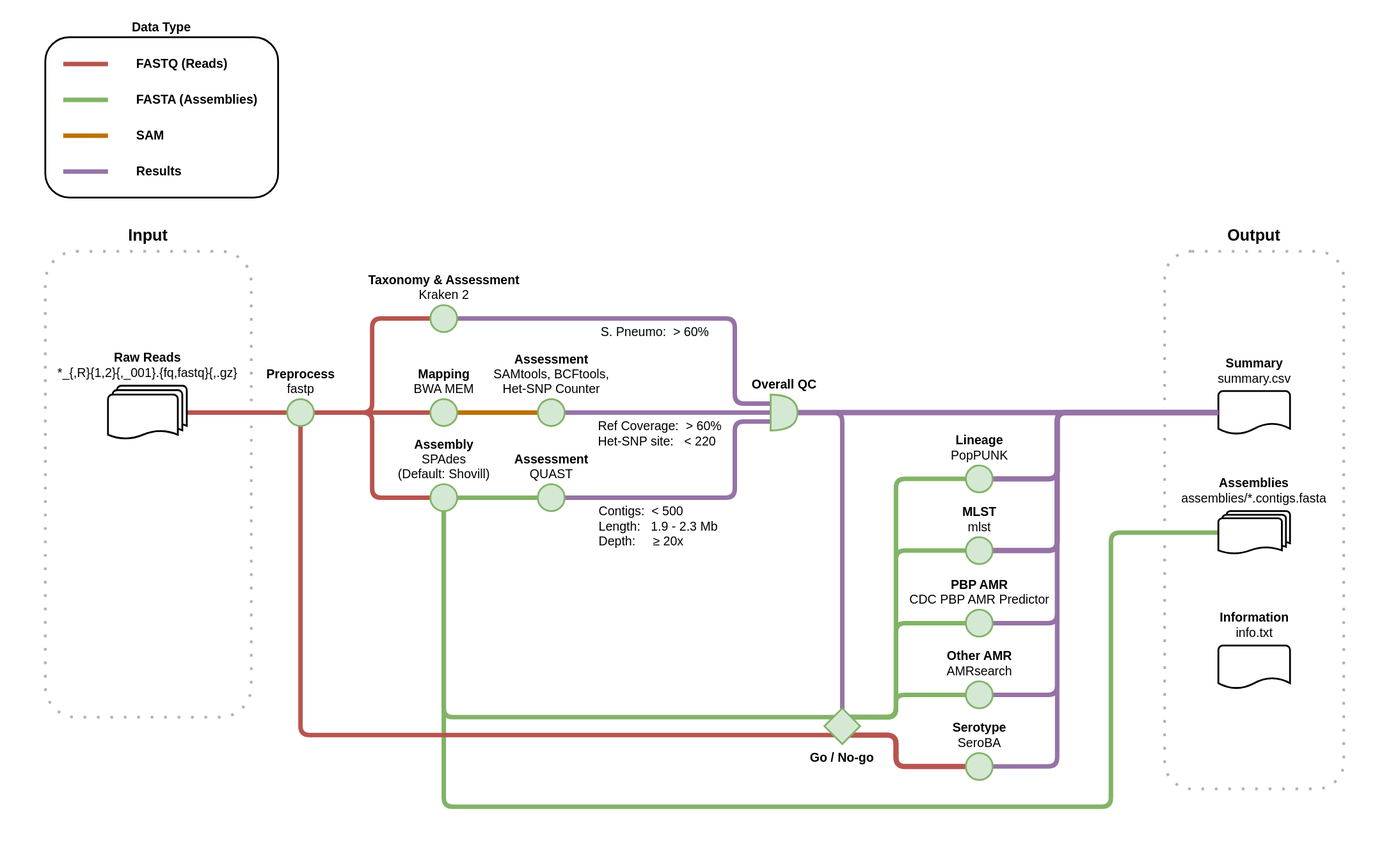
The draw.io diagram doc/workflow.drawio.svg in sanger-bentley-group/gps-pipeline, before a commit. Source tidied: cells renumbered, new cells last; positions are measured from the earlier drawing's top-left corner, leaving out a move shared by most shapes.
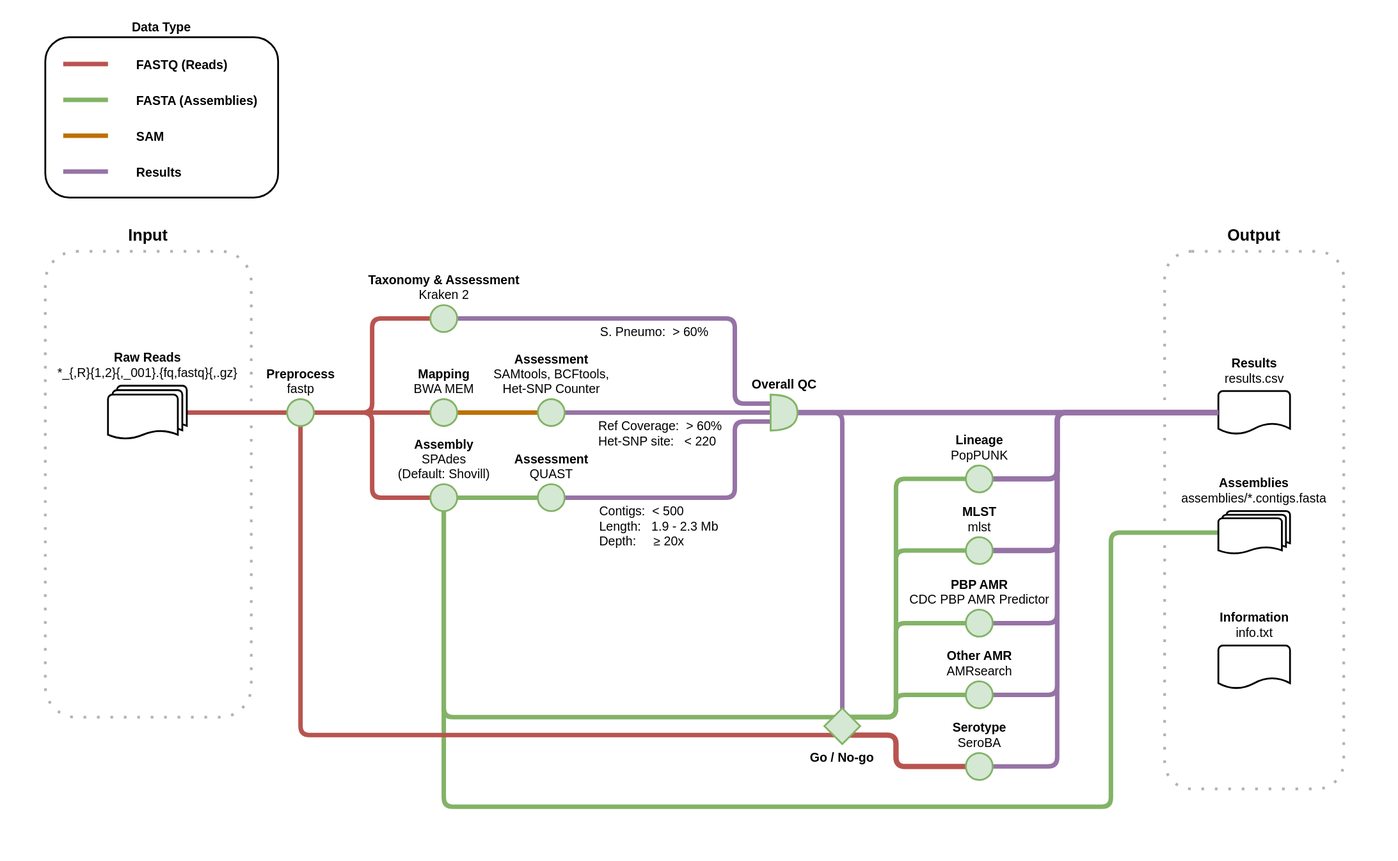
Above is the later version.

Change to the diagram source:
```diff
@@ -203,7 +203,7 @@
         </Array>
       </mxGeometry>
     </mxCell>
-    <mxCell id="39" value="&lt;b style=&quot;font-size: 14px&quot;&gt;Summary&lt;/b&gt;&lt;br style=&quot;font-size: 14px&quot;&gt;summary.csv" style="strokeWidth=2;html=1;shape=mxgraph.flowchart.document2;size=0.25;labelPosition=center;verticalLabelPosition=top;align=center;verticalAlign=bottom;rounded=1;spacing=5;fontSize=14;" parent="1" vertex="1">
+    <mxCell id="39" value="&lt;b style=&quot;font-size: 14px&quot;&gt;Results&lt;/b&gt;&lt;br style=&quot;font-size: 14px&quot;&gt;results.csv" style="strokeWidth=2;html=1;shape=mxgraph.flowchart.document2;size=0.25;labelPosition=center;verticalLabelPosition=top;align=center;verticalAlign=bottom;rounded=1;spacing=5;fontSize=14;" parent="1" vertex="1">
       <mxGeometry x="1360" y="436" width="80" height="48" as="geometry" />
     </mxCell>
     <mxCell id="40" value="&lt;b style=&quot;font-size: 14px&quot;&gt;Assemblies&lt;/b&gt;&lt;br style=&quot;font-size: 14px&quot;&gt;assemblies/*.contigs.fasta" style="strokeWidth=2;html=1;shape=mxgraph.flowchart.multi-document;whiteSpace=wrap;size=0.25;labelPosition=center;verticalLabelPosition=top;align=center;verticalAlign=bottom;rounded=1;spacing=5;fontSize=14;" parent="1" vertex="1">
```
